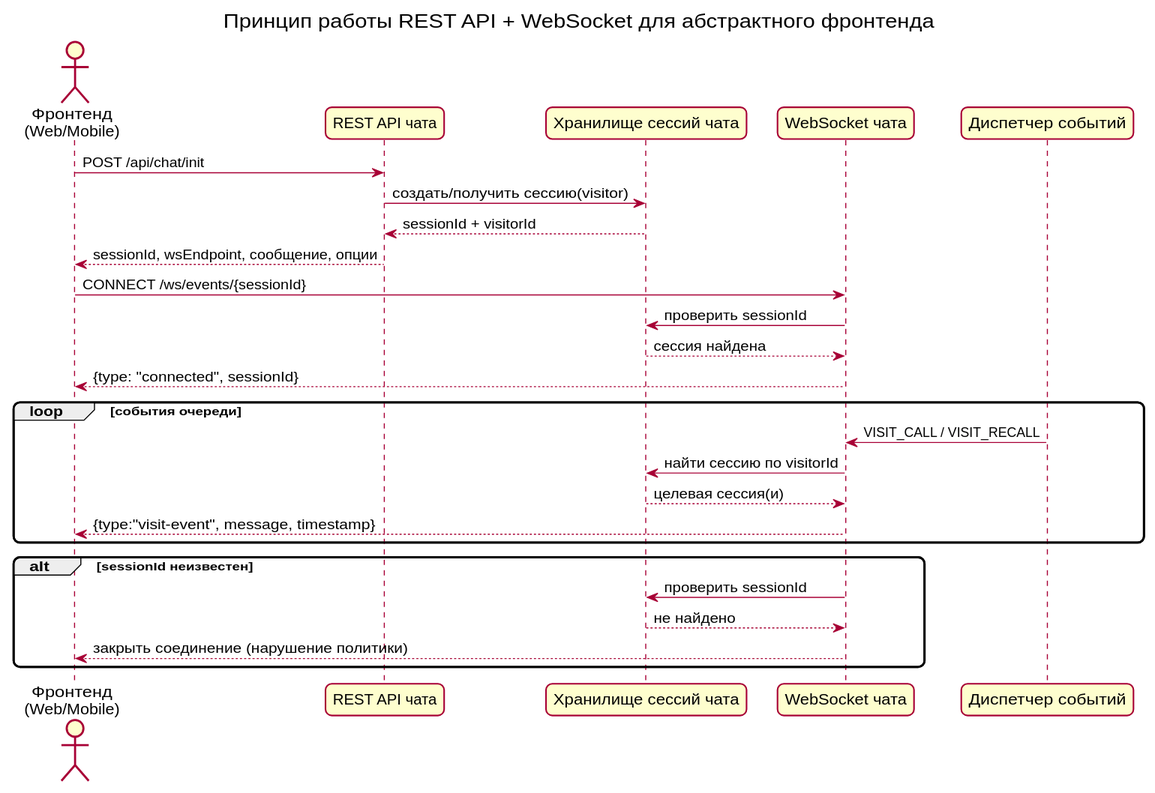
Earlier version of the PlantUML export docs/diagrams/rest-ws-frontend-flow.svg (psokolov25/chatBotJava).
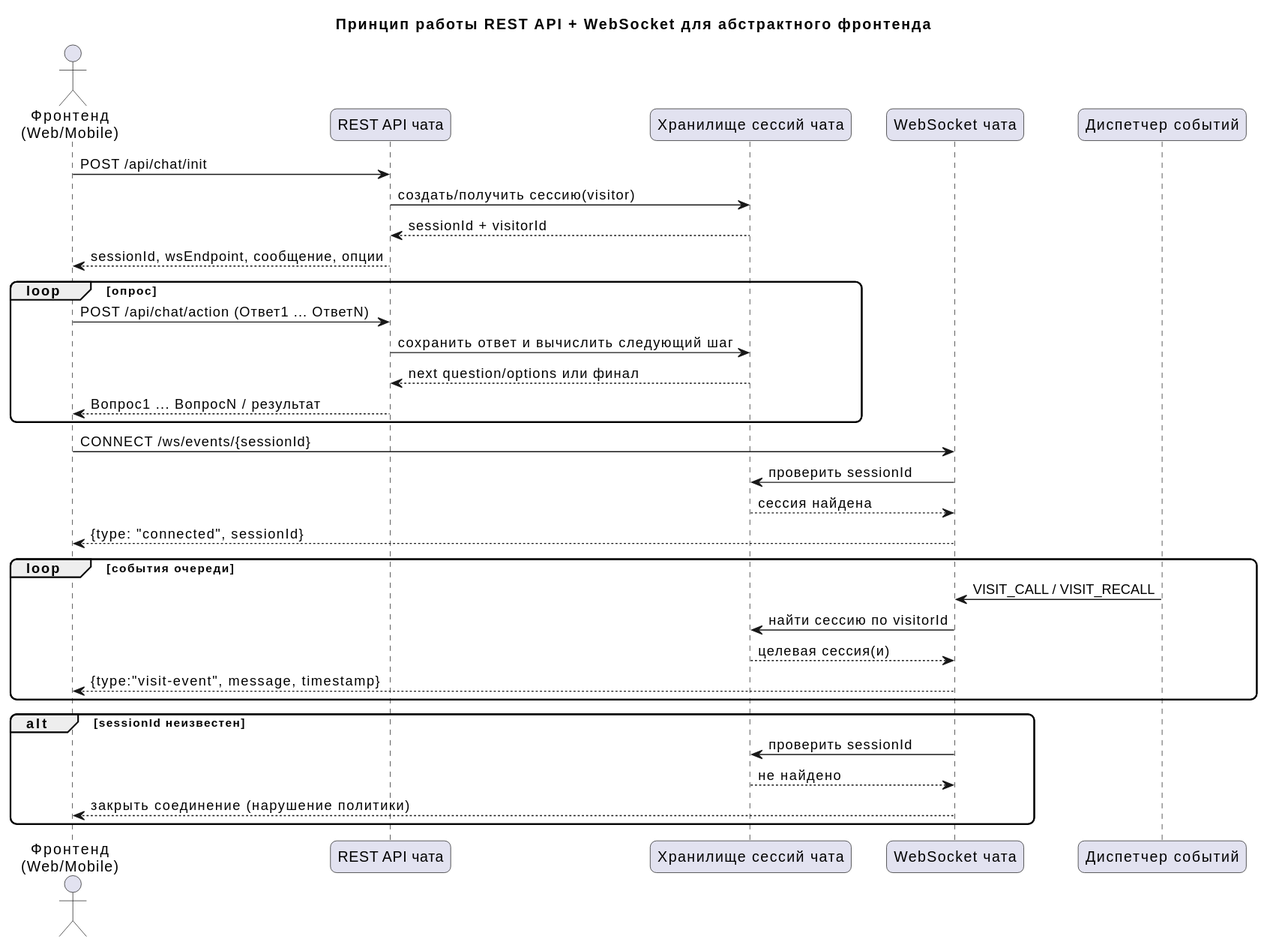
After the commit.

What changed in the source:
```diff
@@ -14,6 +14,14 @@
 API -> SESS: создать/получить сессию(visitor)
 SESS --> API: sessionId + visitorId
 API --> FE: sessionId, wsEndpoint, сообщение, опции
+
+
+loop опрос
+  FE -> API: POST /api/chat/action (Ответ1 ... ОтветN)
+  API -> SESS: сохранить ответ и вычислить следующий шаг
+  SESS --> API: next question/options или финал
+  API --> FE: Вопрос1 ... ВопросN / результат
+end
 
 FE -> WS: CONNECT /ws/events/{sessionId}
 WS -> SESS: проверить sessionId
```
